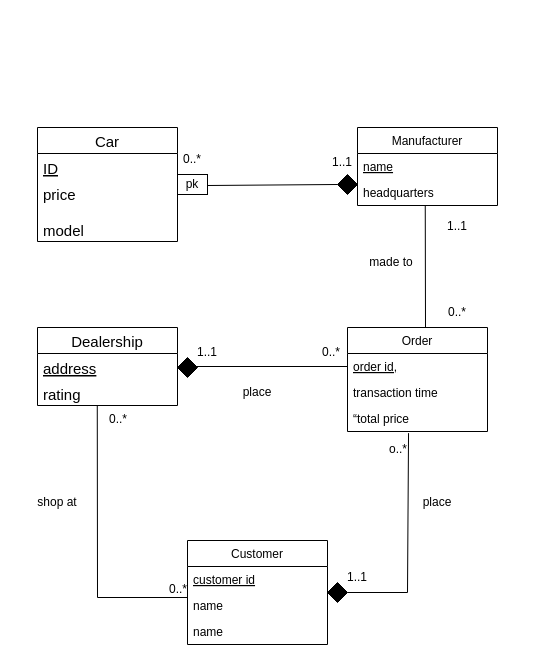
This is page "Page-2" (2 of 3) of ER.drawio from ZhuoruLi/gitdraw, a draw.io file, before an edit. Source tidied: cells renumbered, new cells numbered last; positions are measured from the earlier drawing's top-left corner, leaving out a move shared by most shapes. Both pictures are drawn from the tidied source at 100%, with x=0, y=0 at pixel (27, 127).
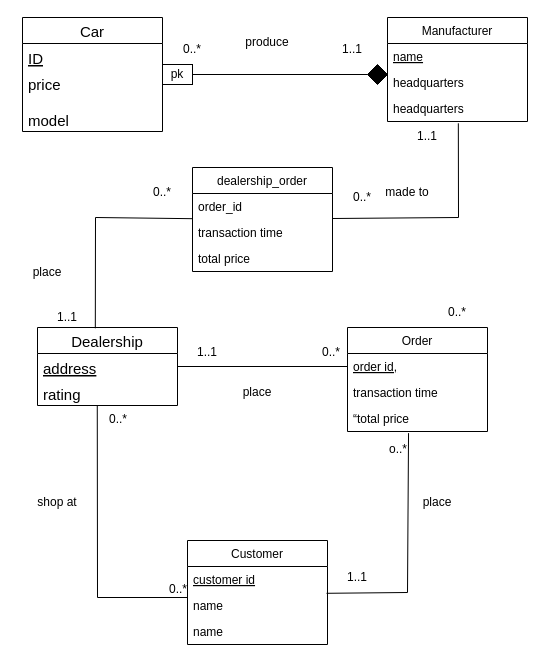
After the change.

The change refers to these unchanged cells:
```xml
<mxCell id="2" value="Dealership" style="swimlane;fontStyle=0;horizontal=1;startSize=26;fillColor=none;fontSize=15;" parent="1" vertex="1">
  <mxGeometry x="10" y="200" width="140" height="78" as="geometry" />
</mxCell>
<mxCell id="19" value="“total price" style="text;strokeColor=none;fillColor=none;align=left;verticalAlign=top;spacingLeft=4;spacingRight=4;overflow=hidden;points=[[0,0.5],[1,0.5]];portConstraint=eastwest;" parent="16" vertex="1">
  <mxGeometry y="78" width="140" height="26" as="geometry" />
</mxCell>
<mxCell id="30" value="name" style="text;strokeColor=none;fillColor=none;align=left;verticalAlign=top;spacingLeft=4;spacingRight=4;overflow=hidden;points=[[0,0.5],[1,0.5]];portConstraint=eastwest;" parent="28" vertex="1">
  <mxGeometry y="52" width="140" height="26" as="geometry" />
</mxCell>
```

Change to the diagram source:
```diff
@@
     <mxCell id="5" value="Car" style="swimlane;fontStyle=0;horizontal=1;startSize=26;fillColor=none;fontSize=15;" parent="1" vertex="1">
-      <mxGeometry x="10" width="140" height="114" as="geometry" />
+      <mxGeometry x="-5" y="-110" width="140" height="114" as="geometry" />
     </mxCell>
@@
     <mxCell id="8" value="Manufacturer" style="swimlane;fontStyle=0;horizontal=1;startSize=26;fillColor=none;" parent="1" vertex="1">
-      <mxGeometry x="330" width="140" height="78" as="geometry" />
+      <mxGeometry x="360" y="-110" width="140" height="104" as="geometry" />
     </mxCell>
@@
+    <mxCell id="42" value=" headquarters" style="text;strokeColor=none;fillColor=none;align=left;verticalAlign=top;spacingLeft=4;spacingRight=4;overflow=hidden;" parent="8" vertex="1">
+      <mxGeometry y="52" width="140" height="26" as="geometry" />
+    </mxCell>
     <mxCell id="10" value=" headquarters" style="text;strokeColor=none;fillColor=none;align=left;verticalAlign=top;spacingLeft=4;spacingRight=4;overflow=hidden;points=[[0,0.5],[1,0.5]];portConstraint=eastwest;" parent="8" vertex="1">
-      <mxGeometry y="52" width="140" height="26" as="geometry" />
+      <mxGeometry y="78" width="140" height="26" as="geometry" />
     </mxCell>
     <mxCell id="11" style="rhombus;whiteSpace=wrap;html=1;fillColor=#000000;" parent="1" vertex="1">
-      <mxGeometry x="310" y="47" width="20" height="20" as="geometry" />
+      <mxGeometry x="340" y="-63" width="20" height="20" as="geometry" />
     </mxCell>
-    <mxCell id="12" style="endArrow=none;html=1;rounded=0;entryX=0;entryY=0.5;entryDx=0;entryDy=0;exitX=0;exitY=0;exitDx=30;exitDy=18;exitPerimeter=0;" parent="1" edge="1" target="11">
-      <mxGeometry relative="1" as="geometry">
-        <mxPoint x="180" y="58" as="sourcePoint" />
-      </mxGeometry>
+    <mxCell id="12" style="endArrow=none;html=1;rounded=0;entryX=0;entryY=0.5;entryDx=0;entryDy=0;exitX=1;exitY=0.5;exitDx=0;exitDy=0;" parent="1" edge="1" source="13" target="11">
+      <mxGeometry relative="1" as="geometry" />
     </mxCell>
     <mxCell id="13" value="pk" style="rounded=0;whiteSpace=wrap;html=1;" parent="1" vertex="1">
-      <mxGeometry x="150" y="47" width="30" height="20" as="geometry" />
+      <mxGeometry x="135" y="-63" width="30" height="20" as="geometry" />
     </mxCell>
     <mxCell id="14" value="0..*" style="text;html=1;strokeColor=none;fillColor=none;align=center;verticalAlign=middle;whiteSpace=wrap;rounded=0;" parent="1" vertex="1">
-      <mxGeometry x="135" y="17" width="60" height="30" as="geometry" />
+      <mxGeometry x="135" y="-93" width="60" height="30" as="geometry" />
     </mxCell>
     <mxCell id="15" value="1..1" style="text;html=1;strokeColor=none;fillColor=none;align=center;verticalAlign=middle;whiteSpace=wrap;rounded=0;" parent="1" vertex="1">
-      <mxGeometry x="290" y="20" width="50" height="30" as="geometry" />
+      <mxGeometry x="300" y="-93" width="50" height="30" as="geometry" />
     </mxCell>
@@
-    <mxCell id="24" style="endArrow=none;html=1;rounded=0;entryX=0.484;entryY=0.985;entryDx=0;entryDy=0;entryPerimeter=0;" parent="1" edge="1" target="10">
-      <mxGeometry relative="1" as="geometry">
-        <mxPoint x="398" y="200" as="sourcePoint" />
-      </mxGeometry>
-    </mxCell>
     <mxCell id="25" value="made to" style="text;html=1;strokeColor=none;fillColor=none;align=center;verticalAlign=middle;whiteSpace=wrap;rounded=0;" parent="1" vertex="1">
-      <mxGeometry x="334" y="120" width="60" height="30" as="geometry" />
+      <mxGeometry x="350" y="50" width="60" height="30" as="geometry" />
     </mxCell>
-    <mxCell id="26" value="1..1" style="text;html=1;strokeColor=none;fillColor=none;align=center;verticalAlign=middle;whiteSpace=wrap;rounded=0;" parent="1" vertex="1">
-      <mxGeometry x="400" y="84" width="60" height="30" as="geometry" />
-    </mxCell>
@@
-    <mxCell id="36" style="endArrow=none;html=1;rounded=0;entryX=0.436;entryY=1.062;entryDx=0;entryDy=0;entryPerimeter=0;startArrow=none;" parent="1" edge="1" source="40" target="19">
+    <mxCell id="36" style="endArrow=none;html=1;rounded=0;entryX=0.436;entryY=1.062;entryDx=0;entryDy=0;entryPerimeter=0;startArrow=none;exitX=0.993;exitY=0.031;exitDx=0;exitDy=0;exitPerimeter=0;" parent="1" edge="1" source="30" target="19">
       <mxGeometry relative="1" as="geometry">
         <Array as="points">
           <mxPoint x="380" y="465" />
         </Array>
       </mxGeometry>
     </mxCell>
@@
-    <mxCell id="39" style="rhombus;whiteSpace=wrap;html=1;fillColor=#000000;" parent="1" vertex="1">
-      <mxGeometry x="150" y="230" width="20" height="20" as="geometry" />
-    </mxCell>
-    <mxCell id="40" style="rhombus;whiteSpace=wrap;html=1;fillColor=#000000;" parent="1" vertex="1">
-      <mxGeometry x="300" y="455" width="20" height="20" as="geometry" />
-    </mxCell>
@@
+    <mxCell id="43" value="dealership_order" style="swimlane;fontStyle=0;horizontal=1;startSize=26;fillColor=none;" parent="1" vertex="1">
+      <mxGeometry x="165" y="40" width="140" height="104" as="geometry" />
+    </mxCell>
+    <mxCell id="44" value="order_id" style="text;strokeColor=none;fillColor=none;align=left;verticalAlign=top;spacingLeft=4;spacingRight=4;overflow=hidden;points=[[0,0.5],[1,0.5]];portConstraint=eastwest;" parent="43" vertex="1">
+      <mxGeometry y="26" width="140" height="26" as="geometry" />
+    </mxCell>
+    <mxCell id="45" value="transaction time" style="text;strokeColor=none;fillColor=none;align=left;verticalAlign=top;spacingLeft=4;spacingRight=4;overflow=hidden;points=[[0,0.5],[1,0.5]];portConstraint=eastwest;" parent="43" vertex="1">
+      <mxGeometry y="52" width="140" height="26" as="geometry" />
+    </mxCell>
+    <mxCell id="46" value="total price" style="text;strokeColor=none;fillColor=none;align=left;verticalAlign=top;spacingLeft=4;spacingRight=4;overflow=hidden;" parent="43" vertex="1">
+      <mxGeometry y="78" width="140" height="26" as="geometry" />
+    </mxCell>
+    <mxCell id="47" style="endArrow=none;html=1;rounded=0;entryX=0.003;entryY=0.969;entryDx=0;entryDy=0;entryPerimeter=0;exitX=0.413;exitY=0.01;exitDx=0;exitDy=0;exitPerimeter=0;" parent="1" edge="1" source="2" target="44">
+      <mxGeometry relative="1" as="geometry">
+        <Array as="points">
+          <mxPoint x="68" y="90" />
+        </Array>
+      </mxGeometry>
+    </mxCell>
+    <mxCell id="48" value="1..1" style="text;html=1;strokeColor=none;fillColor=none;align=center;verticalAlign=middle;whiteSpace=wrap;rounded=0;" parent="1" vertex="1">
+      <mxGeometry x="10" y="180" width="60" height="20" as="geometry" />
+    </mxCell>
+    <mxCell id="49" value="0..*" style="text;html=1;strokeColor=none;fillColor=none;align=center;verticalAlign=middle;whiteSpace=wrap;rounded=0;" parent="1" vertex="1">
+      <mxGeometry x="105" y="50" width="60" height="30" as="geometry" />
+    </mxCell>
+    <mxCell id="50" style="endArrow=none;html=1;rounded=0;exitX=1.001;exitY=-0.038;exitDx=0;exitDy=0;exitPerimeter=0;entryX=0.506;entryY=1.069;entryDx=0;entryDy=0;entryPerimeter=0;" parent="1" edge="1" source="45" target="10">
+      <mxGeometry relative="1" as="geometry">
+        <Array as="points">
+          <mxPoint x="431" y="90" />
+        </Array>
+      </mxGeometry>
+    </mxCell>
+    <mxCell id="51" value="0..*" style="text;html=1;strokeColor=none;fillColor=none;align=center;verticalAlign=middle;whiteSpace=wrap;rounded=0;" parent="1" vertex="1">
+      <mxGeometry x="305" y="50" width="60" height="40" as="geometry" />
+    </mxCell>
+    <mxCell id="52" value="1..1" style="text;html=1;strokeColor=none;fillColor=none;align=center;verticalAlign=middle;whiteSpace=wrap;rounded=0;" parent="1" vertex="1">
+      <mxGeometry x="370" y="-6" width="60" height="30" as="geometry" />
+    </mxCell>
+    <mxCell id="53" value="place" style="text;html=1;strokeColor=none;fillColor=none;align=center;verticalAlign=middle;whiteSpace=wrap;rounded=0;" parent="1" vertex="1">
+      <mxGeometry x="-10" y="130" width="60" height="30" as="geometry" />
+    </mxCell>
+    <mxCell id="54" value="produce" style="text;html=1;strokeColor=none;fillColor=none;align=center;verticalAlign=middle;whiteSpace=wrap;rounded=0;" parent="1" vertex="1">
+      <mxGeometry x="210" y="-100" width="60" height="30" as="geometry" />
+    </mxCell>
```
